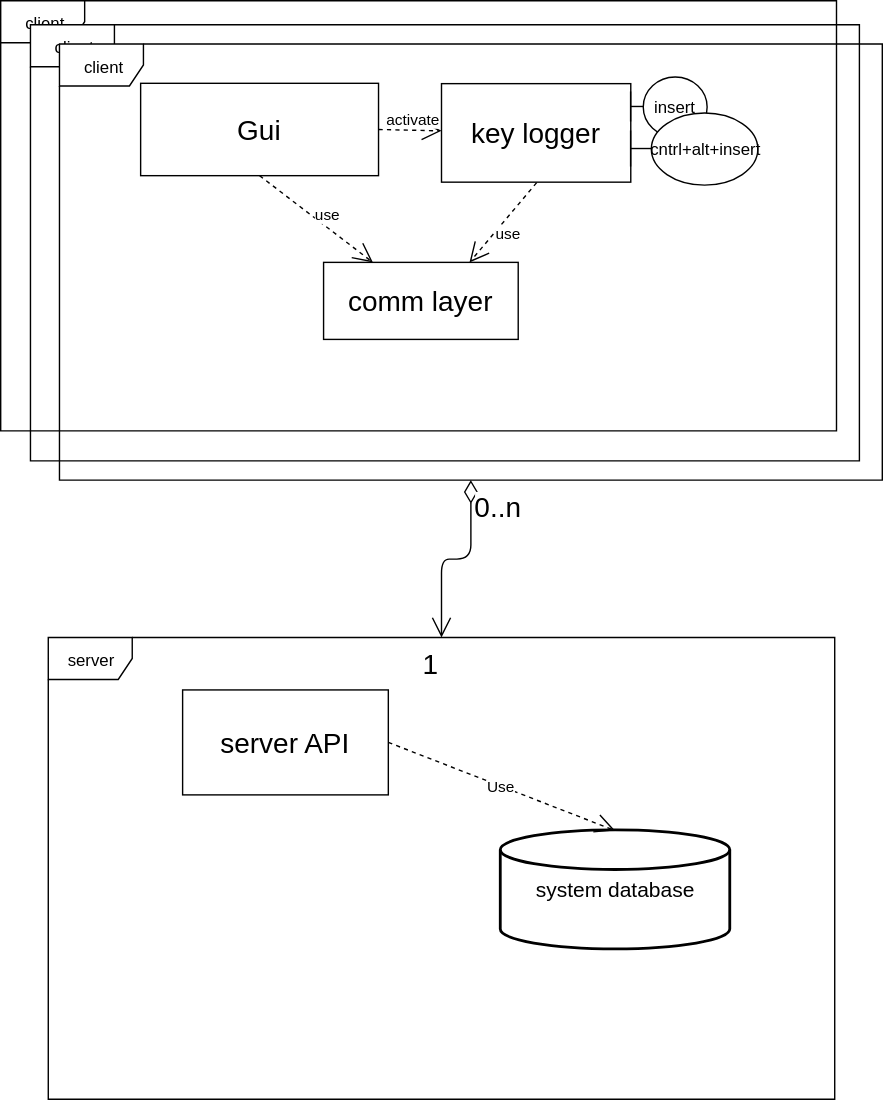
The draw.io diagram Documents/general diagram.svg in adibl/password_saver, before a commit. Source tidied: cells renumbered, new cells last; positions are measured from the earlier drawing's top-left corner, leaving out a move shared by most shapes.
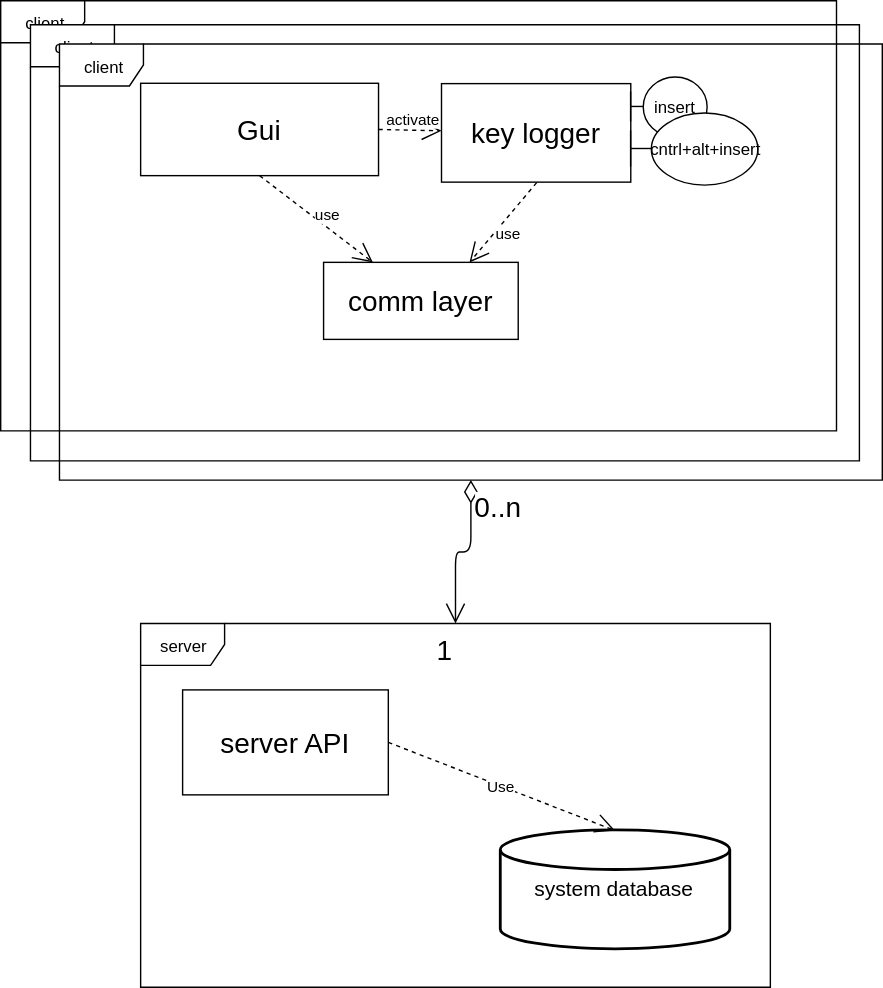
After the change.

The edit, as a diff of the source:
```diff
@@ -29,14 +29,14 @@
     <mxCell id="10" value="cntrl+alt+insert" style="shape=umlBoundary;whiteSpace=wrap;html=1;" parent="2" vertex="1">
       <mxGeometry x="450.1" y="79.8" width="91.3" height="51.5" as="geometry" />
     </mxCell>
-    <mxCell id="11" value="&lt;font style=&quot;font-size: 15px&quot;&gt;system database&lt;/font&gt;" style="strokeWidth=2;html=1;shape=mxgraph.flowchart.database;whiteSpace=wrap;" parent="1" vertex="1">
+    <mxCell id="11" value="system database" style="strokeWidth=2;shape=mxgraph.flowchart.database;fontSize=15;" parent="1" vertex="1">
       <mxGeometry x="357" y="592.5" width="164" height="85" as="geometry" />
     </mxCell>
     <mxCell id="12" value="server API" style="fontSize=20;" parent="1" vertex="1">
       <mxGeometry x="130" y="492.5" width="147" height="75" as="geometry" />
     </mxCell>
     <mxCell id="13" value="server" style="shape=umlFrame;whiteSpace=wrap;html=1;" parent="1" vertex="1">
-      <mxGeometry x="34" y="455" width="562" height="330" as="geometry" />
+      <mxGeometry x="100" y="445" width="450" height="260" as="geometry" />
     </mxCell>
     <mxCell id="14" value="Gui" style="fontSize=20;" parent="1" vertex="1">
       <mxGeometry x="100" y="59" width="170" height="66" as="geometry" />
```
